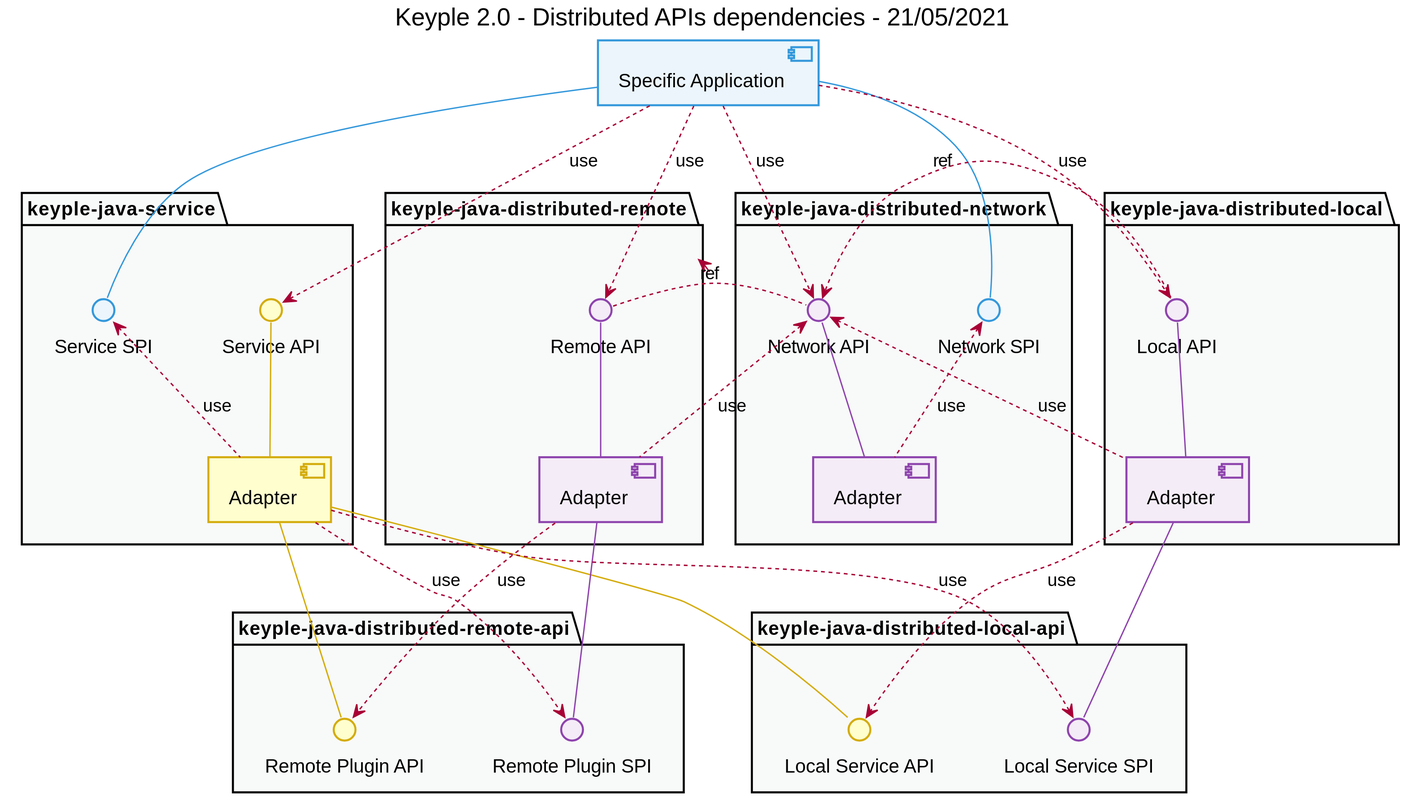
calypsonet/keyple_2_0 keeps this PlantUML diagram as uml/component/keyple_2_0_component_api_distributed_dependencies.svg. Above is the earlier version.
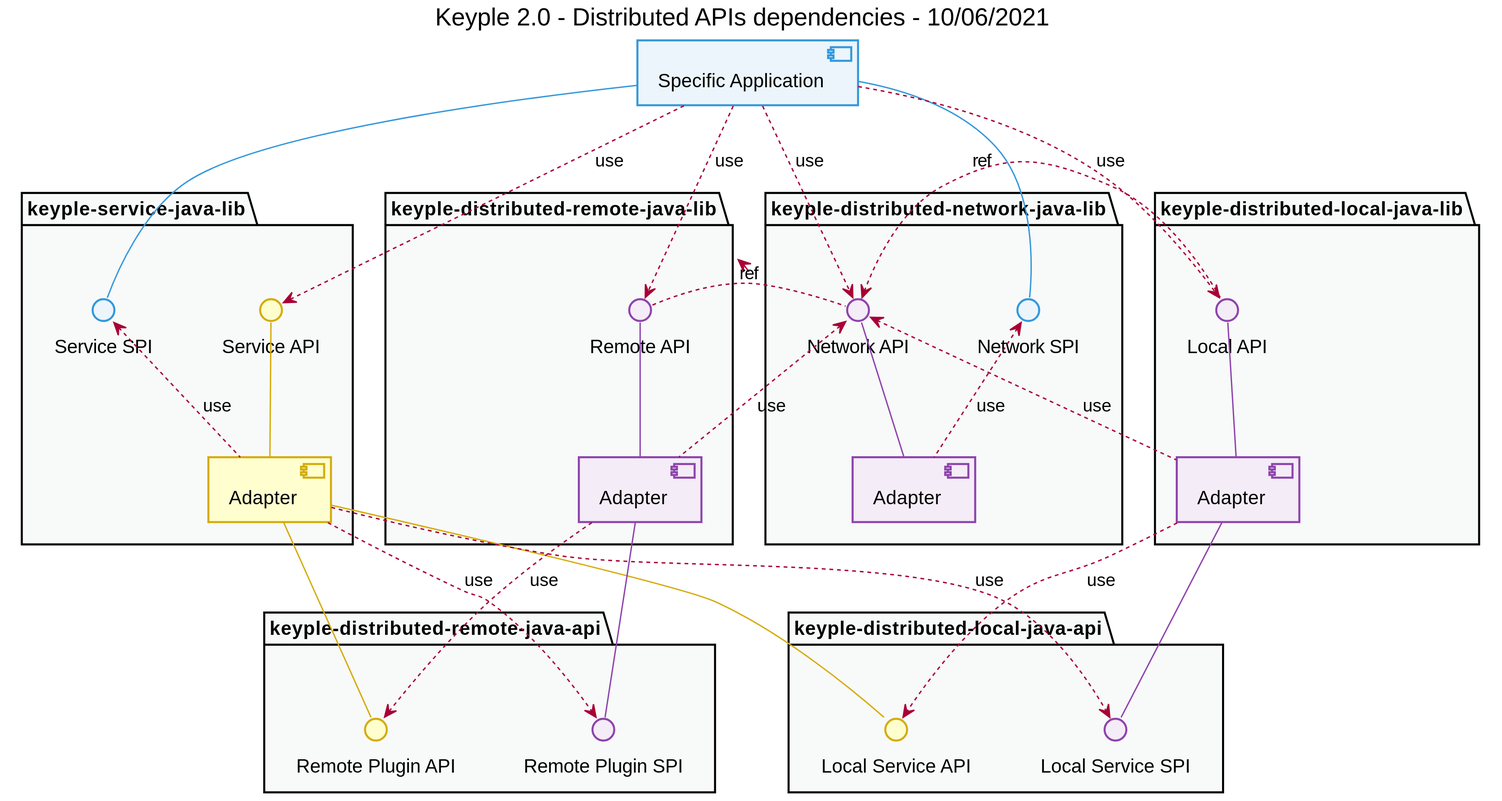
The same file after the commit.

The edit, as a diff of the source:
```diff
@@ -1,6 +1,6 @@
 @startuml
 title
-    Keyple 2.0 - Distributed APIs dependencies - 21/05/2021
+    Keyple 2.0 - Distributed APIs dependencies - 10/06/2021
 end title
 
 
@@ -55,29 +55,29 @@
 
 
 [Specific Application] as application <<blue>>
-package "keyple-java-service" as packService {
+package "keyple-service-java-lib" as packService {
     interface "Service API" as serviceApi
     interface "Service SPI" as serviceSpi <<blue>>
     [Adapter] as service
 }
-package "keyple-java-distributed-local" as packDistributedLocal {
+package "keyple-distributed-local-java-lib" as packDistributedLocal {
     interface "Local API" as localApi <<purple>>
     [Adapter] as distributedLocal <<purple>>
 }
-package "keyple-java-distributed-network" as packDistributedNetwork {
+package "keyple-distributed-network-java-lib" as packDistributedNetwork {
     interface "Network API" as networkApi <<purple>>
     interface "Network SPI" as networkSpi <<blue>>
     [Adapter] as distributedNetwork <<purple>>
 }
-package "keyple-java-distributed-remote" as packDistributedRemote {
+package "keyple-distributed-remote-java-lib" as packDistributedRemote {
     interface "Remote API" as remoteApi <<purple>>
     [Adapter] as distributedRemote <<purple>>
 }
-package "keyple-java-distributed-remote-api" as packDistributedRemoteApi {
+package "keyple-distributed-remote-java-api" as packDistributedRemoteApi {
     interface "Remote Plugin SPI" as distributedRemoteSpi <<purple>>
     interface "Remote Plugin API" as distributedRemoteApi
 }
-package "keyple-java-distributed-local-api" as packDistributedLocalApi {
+package "keyple-distributed-local-java-api" as packDistributedLocalApi {
     interface "Local Service SPI" as distributedLocalSpi <<purple>>
     interface "Local Service API" as distributedLocalApi
 }
```
